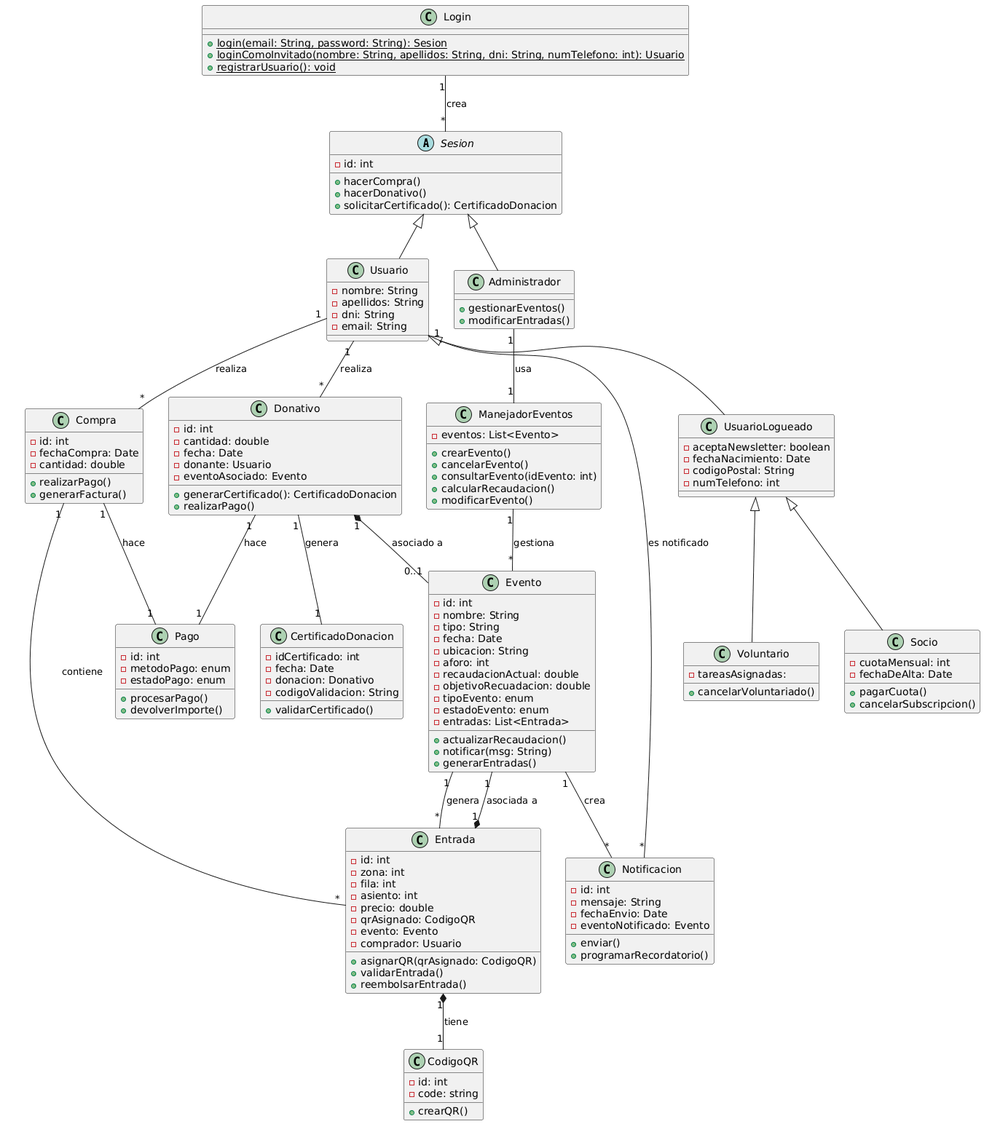
The PlantUML diagram Diagramas/diagramaClases.png in ocxpke/AnalisisYDise-oDeAplicaciones, before a commit. The source it was exported from:
```plantuml
@startuml
abstract class Sesion {
  - id: int
  + hacerCompra()
  + hacerDonativo()
  + solicitarCertificado(): CertificadoDonacion
}


class Usuario extends Sesion {
  - nombre: String
  - apellidos: String
  - dni: String
  - email: String
}

class UsuarioLogueado extends Usuario {
  - aceptaNewsletter: boolean
  - fechaNacimiento: Date
  - codigoPostal: String
  - numTelefono: int
}

class Login {
  + {static} login(email: String, password: String): Sesion
  + {static} loginComoInvitado(nombre: String, apellidos: String, dni: String, numTelefono: int): Usuario
  + {static} registrarUsuario(): void
}

class Socio extends UsuarioLogueado {
  - cuotaMensual: int
  - fechaDeAlta: Date
  + pagarCuota()
  + cancelarSubscripcion()
}

class Voluntario extends UsuarioLogueado {
  - tareasAsignadas:
  + cancelarVoluntariado()
}

class Administrador extends Sesion {
  + gestionarEventos()
  + modificarEntradas()
}

class Evento {
  - id: int
  - nombre: String
  - tipo: String
  - fecha: Date
  - ubicacion: String
  - aforo: int
  - recaudacionActual: double
  - objetivoRecuadacion: double
  - tipoEvento: enum
  - estadoEvento: enum
  - entradas: List<Entrada>
  + actualizarRecaudacion()
  + notificar(msg: String)
  + generarEntradas()
}

class Entrada {
  - id: int
  - zona: int
  - fila: int
  - asiento: int
  - precio: double
  - qrAsignado: CodigoQR
  - evento: Evento
  - comprador: Usuario
  + asignarQR(qrAsignado: CodigoQR)
  + validarEntrada()
  + reembolsarEntrada()
}

class CodigoQR {
  - id: int
  - code: string
  + crearQR()
}

class Donativo {
  - id: int
  - cantidad: double
  - fecha: Date
  - donante: Usuario
  - eventoAsociado: Evento
  + generarCertificado(): CertificadoDonacion
  + realizarPago()
}

class CertificadoDonacion {
  - idCertificado: int
  - fecha: Date
  - donacion: Donativo
  - codigoValidacion: String
  + validarCertificado()
}

class Pago {
  - id: int
  - metodoPago: enum
  - estadoPago: enum
  + procesarPago()
  + devolverImporte()
}

class Notificacion {
  - id: int
  - mensaje: String
  - fechaEnvio: Date
  - eventoNotificado: Evento
  + enviar()
  + programarRecordatorio()
}

class ManejadorEventos {
  - eventos: List<Evento>
  + crearEvento()
  + cancelarEvento()
  + consultarEvento(idEvento: int)
  + calcularRecaudacion()
  + modificarEvento()
}

class Compra {
  - id: int
  - fechaCompra: Date
  - cantidad: double
  + realizarPago()
  + generarFactura()
}

Login "1" -- "*" Sesion: crea

Usuario "1" -- "*" Donativo : realiza
Usuario "1" -- "*" Compra : realiza
Usuario "1" -- "*" Notificacion : es notificado

Donativo "1" -- "1" CertificadoDonacion : genera
Donativo "1" *-- "0..1" Evento : asociado a
Donativo "1" -- "1" Pago : hace

Compra "1" -- "*" Entrada : contiene
Compra "1" -- "1" Pago : hace

Evento "1" -- "*" Notificacion : crea
Evento "1" -- "*" Entrada : genera

Entrada "1" *-- "1" CodigoQR : tiene
Entrada "1" *-- "1" Evento: asociada a

ManejadorEventos "1" -- "*" Evento : gestiona

Administrador "1" -- "1" ManejadorEventos : usa
@enduml
```
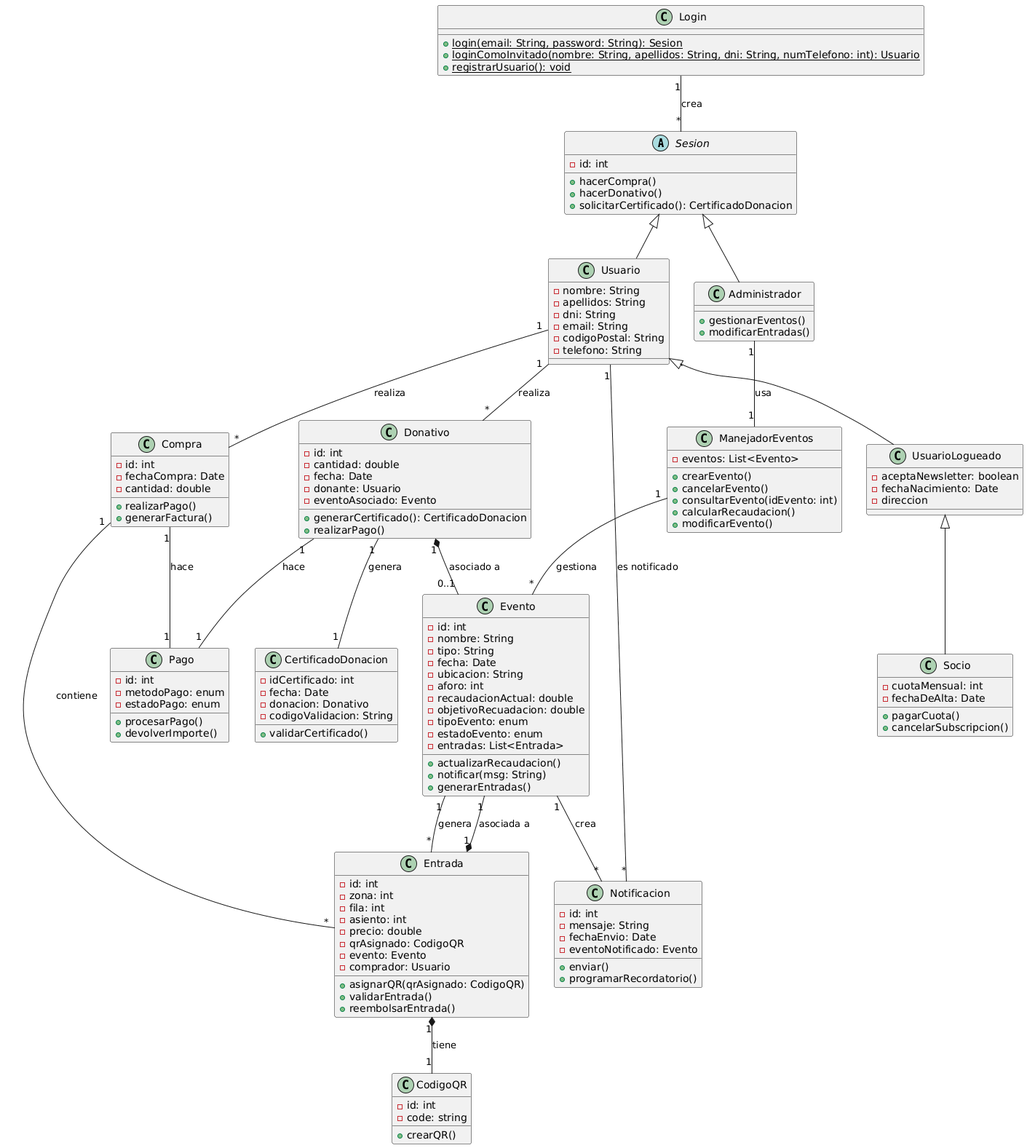
The same diagram one commit later.

The edit, as a diff of the source:
```diff
@@ -6,19 +6,19 @@
   + solicitarCertificado(): CertificadoDonacion
 }
 
-
 class Usuario extends Sesion {
   - nombre: String
   - apellidos: String
   - dni: String
   - email: String
+  - codigoPostal: String
+  - telefono: String
 }
 
 class UsuarioLogueado extends Usuario {
   - aceptaNewsletter: boolean
   - fechaNacimiento: Date
-  - codigoPostal: String
-  - numTelefono: int
+  - direccion
 }
 
 class Login {
@@ -32,11 +32,6 @@
   - fechaDeAlta: Date
   + pagarCuota()
   + cancelarSubscripcion()
-}
-
-class Voluntario extends UsuarioLogueado {
-  - tareasAsignadas:
-  + cancelarVoluntariado()
 }
 
 class Administrador extends Sesion {
```
